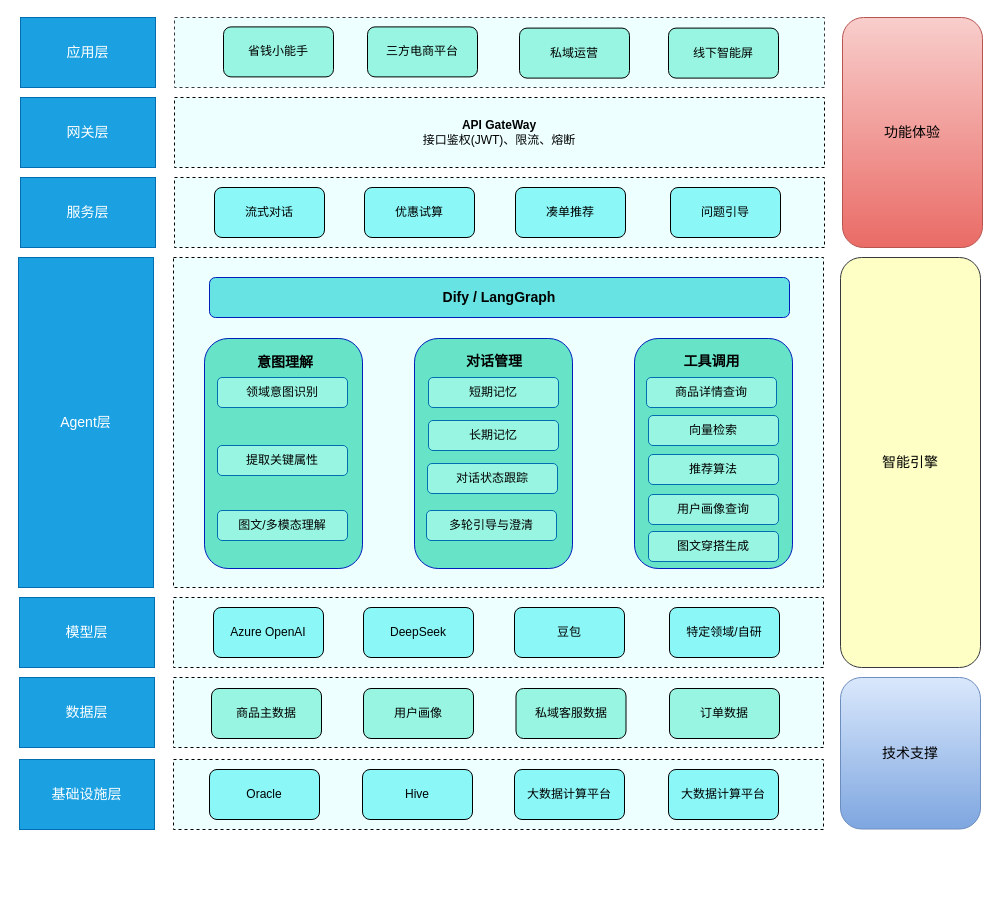
Earlier version of the draw.io diagram engineering/架构设计/省钱小能手-智能导购架构设计图.drawio (Wanke15/wanke15.github.io). Source tidied: cells renumbered, new cells numbered last; positions are measured from the earlier drawing's top-left corner, leaving out a move shared by most shapes. Both pictures are drawn from the tidied source at 100%, with x=0, y=0 at pixel (18, 17).
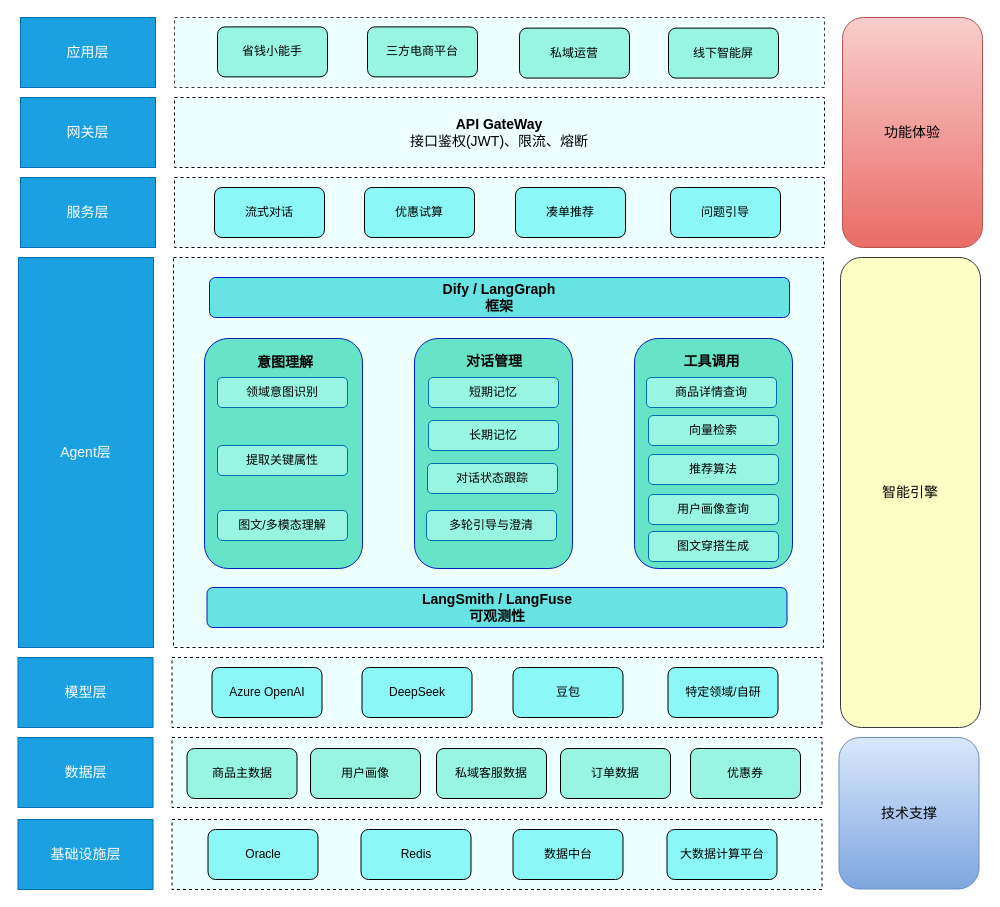
Above is the later version.

Commit message (it also covers changes not shown here):
更新省钱小能手-智能导购架构设计图.drawio

What changed in the source:
```diff
@@
-    <mxCell id="3" value="&lt;b&gt;API GateWay&lt;/b&gt;&lt;div&gt;接口鉴权(JWT)、限流、熔断&lt;/div&gt;" style="rounded=0;whiteSpace=wrap;html=1;fillColor=#EDFFFF;strokeColor=#000000;dashed=1;" parent="1" vertex="1">
+    <mxCell id="3" value="&lt;b&gt;&lt;font style=&quot;font-size: 14px;&quot;&gt;API GateWay&lt;/font&gt;&lt;/b&gt;&lt;div&gt;&lt;font style=&quot;font-size: 14px;&quot;&gt;接口鉴权(JWT)、限流、熔断&lt;/font&gt;&lt;/div&gt;" style="rounded=0;whiteSpace=wrap;html=1;fillColor=#EDFFFF;strokeColor=#000000;dashed=1;" parent="1" vertex="1">
       <mxGeometry x="156" y="80" width="650" height="70" as="geometry" />
     </mxCell>
     <mxCell id="4" value="&lt;span style=&quot;font-size: 14px;&quot;&gt;Agent层&lt;/span&gt;" style="rounded=0;whiteSpace=wrap;html=1;fillColor=#1ba1e2;strokeColor=#006EAF;fontColor=#ffffff;" parent="1" vertex="1">
-      <mxGeometry y="240" width="135" height="330" as="geometry" />
+      <mxGeometry y="240" width="135" height="390" as="geometry" />
     </mxCell>
     <mxCell id="5" style="rounded=0;whiteSpace=wrap;html=1;fillColor=#EDFFFF;strokeColor=#000000;dashed=1;" parent="1" vertex="1">
-      <mxGeometry x="155" y="240" width="650" height="330" as="geometry" />
+      <mxGeometry x="155" y="240" width="650" height="390" as="geometry" />
     </mxCell>
     <mxCell id="6" value="&lt;font style=&quot;font-size: 14px;&quot;&gt;数据层&lt;/font&gt;" style="rounded=0;whiteSpace=wrap;html=1;fillColor=#1ba1e2;strokeColor=#006EAF;fontColor=#ffffff;" parent="1" vertex="1">
-      <mxGeometry x="1" y="660" width="135" height="70" as="geometry" />
+      <mxGeometry x="-0.5" y="720" width="135" height="70" as="geometry" />
     </mxCell>
     <mxCell id="7" style="rounded=0;whiteSpace=wrap;html=1;fillColor=#EDFFFF;strokeColor=#000000;dashed=1;" parent="1" vertex="1">
-      <mxGeometry x="155" y="660" width="650" height="70" as="geometry" />
+      <mxGeometry x="153.5" y="720" width="650" height="70" as="geometry" />
     </mxCell>
     <mxCell id="8" value="商品主数据" style="rounded=1;whiteSpace=wrap;html=1;fillColor=#98F5E1;" parent="1" vertex="1">
-      <mxGeometry x="193" y="671" width="110" height="50" as="geometry" />
+      <mxGeometry x="168.5" y="731" width="110" height="50" as="geometry" />
     </mxCell>
     <mxCell id="9" value="用户画像" style="rounded=1;whiteSpace=wrap;html=1;fillColor=#98F5E1;" parent="1" vertex="1">
-      <mxGeometry x="345" y="671" width="110" height="50" as="geometry" />
+      <mxGeometry x="292" y="731" width="110" height="50" as="geometry" />
     </mxCell>
     <mxCell id="10" value="私域客服数据" style="rounded=1;whiteSpace=wrap;html=1;fillColor=#98F5E1;" parent="1" vertex="1">
-      <mxGeometry x="497.5" y="671" width="110" height="50" as="geometry" />
+      <mxGeometry x="418" y="731" width="110" height="50" as="geometry" />
     </mxCell>
     <mxCell id="11" value="&lt;font style=&quot;font-size: 14px;&quot;&gt;基础设施层&lt;/font&gt;" style="rounded=0;whiteSpace=wrap;html=1;fillColor=#1ba1e2;strokeColor=#006EAF;fontColor=#ffffff;" parent="1" vertex="1">
-      <mxGeometry x="1" y="742" width="135" height="70" as="geometry" />
+      <mxGeometry x="-0.5" y="802" width="135" height="70" as="geometry" />
     </mxCell>
     <mxCell id="12" style="rounded=0;whiteSpace=wrap;html=1;fillColor=#EDFFFF;strokeColor=#000000;dashed=1;" parent="1" vertex="1">
-      <mxGeometry x="155" y="742" width="650" height="70" as="geometry" />
+      <mxGeometry x="153.5" y="802" width="650" height="70" as="geometry" />
     </mxCell>
-    <mxCell id="13" value="Hive" style="rounded=1;whiteSpace=wrap;html=1;fillColor=#8BF7F7;" parent="1" vertex="1">
-      <mxGeometry x="344" y="752" width="110" height="50" as="geometry" />
+    <mxCell id="13" value="Redis" style="rounded=1;whiteSpace=wrap;html=1;fillColor=#8BF7F7;" parent="1" vertex="1">
+      <mxGeometry x="342.5" y="812" width="110" height="50" as="geometry" />
     </mxCell>
@@
     <mxCell id="16" value="省钱小能手" style="rounded=1;whiteSpace=wrap;html=1;fillColor=#98F5E1;" parent="1" vertex="1">
-      <mxGeometry x="205" y="9.4" width="110" height="50" as="geometry" />
+      <mxGeometry x="199" y="9.4" width="110" height="50" as="geometry" />
     </mxCell>
@@
     <mxCell id="20" value="&lt;font style=&quot;font-size: 14px;&quot;&gt;技术支撑&lt;/font&gt;" style="rounded=1;whiteSpace=wrap;html=1;gradientColor=#7ea6e0;fillColor=#dae8fc;strokeColor=#6c8ebf;" parent="1" vertex="1">
-      <mxGeometry x="822" y="660" width="140" height="151.5" as="geometry" />
+      <mxGeometry x="820.5" y="720" width="140" height="151.5" as="geometry" />
     </mxCell>
     <mxCell id="21" value="&lt;font style=&quot;font-size: 14px;&quot;&gt;智能引擎&lt;/font&gt;" style="rounded=1;whiteSpace=wrap;html=1;strokeColor=#36393d;gradientDirection=south;fillColor=#FDFFC4;" parent="1" vertex="1">
-      <mxGeometry x="822" y="240" width="140" height="410" as="geometry" />
+      <mxGeometry x="822" y="240" width="140" height="470" as="geometry" />
     </mxCell>
@@
     <mxCell id="23" value="订单数据" style="rounded=1;whiteSpace=wrap;html=1;fillColor=#98F5E1;" parent="1" vertex="1">
-      <mxGeometry x="651" y="671" width="110" height="50" as="geometry" />
+      <mxGeometry x="542" y="731" width="110" height="50" as="geometry" />
     </mxCell>
@@
     <mxCell id="42" value="&lt;font style=&quot;font-size: 14px;&quot;&gt;模型层&lt;/font&gt;" style="rounded=0;whiteSpace=wrap;html=1;fillColor=#1ba1e2;strokeColor=#006EAF;fontColor=#ffffff;" parent="1" vertex="1">
-      <mxGeometry x="1" y="580" width="135" height="70" as="geometry" />
+      <mxGeometry x="-0.5" y="640" width="135" height="70" as="geometry" />
     </mxCell>
     <mxCell id="43" style="rounded=0;whiteSpace=wrap;html=1;fillColor=#EDFFFF;strokeColor=#000000;dashed=1;" parent="1" vertex="1">
-      <mxGeometry x="155" y="580" width="650" height="70" as="geometry" />
+      <mxGeometry x="153.5" y="640" width="650" height="70" as="geometry" />
     </mxCell>
     <mxCell id="44" value="Azure OpenAI" style="rounded=1;whiteSpace=wrap;html=1;fillColor=#8BF7F7;" parent="1" vertex="1">
-      <mxGeometry x="195" y="590" width="110" height="50" as="geometry" />
+      <mxGeometry x="193.5" y="650" width="110" height="50" as="geometry" />
     </mxCell>
     <mxCell id="45" value="特定领域/自研" style="rounded=1;whiteSpace=wrap;html=1;fillColor=#8BF7F7;" parent="1" vertex="1">
-      <mxGeometry x="651" y="590" width="110" height="50" as="geometry" />
+      <mxGeometry x="649.5" y="650" width="110" height="50" as="geometry" />
     </mxCell>
     <mxCell id="46" value="DeepSeek" style="rounded=1;whiteSpace=wrap;html=1;fillColor=#8BF7F7;" parent="1" vertex="1">
-      <mxGeometry x="345" y="590" width="110" height="50" as="geometry" />
+      <mxGeometry x="343.5" y="650" width="110" height="50" as="geometry" />
     </mxCell>
     <mxCell id="47" value="豆包" style="rounded=1;whiteSpace=wrap;html=1;fillColor=#8BF7F7;" parent="1" vertex="1">
-      <mxGeometry x="496" y="590" width="110" height="50" as="geometry" />
+      <mxGeometry x="494.5" y="650" width="110" height="50" as="geometry" />
     </mxCell>
-    <mxCell id="48" value="&lt;div style=&quot;&quot;&gt;&lt;font color=&quot;#000000&quot;&gt;&lt;span style=&quot;font-size: 14px;&quot;&gt;&lt;b&gt;Dify / LangGraph&lt;/b&gt;&lt;/span&gt;&lt;/font&gt;&lt;/div&gt;" style="rounded=1;whiteSpace=wrap;html=1;align=center;fillColor=#67E3E3;fontColor=#ffffff;strokeColor=#001DBC;" parent="1" vertex="1">
+    <mxCell id="48" value="&lt;div style=&quot;&quot;&gt;&lt;font color=&quot;#000000&quot;&gt;&lt;span style=&quot;font-size: 14px;&quot;&gt;&lt;b&gt;Dify / LangGraph&lt;br&gt;框架&lt;/b&gt;&lt;/span&gt;&lt;/font&gt;&lt;/div&gt;" style="rounded=1;whiteSpace=wrap;html=1;align=center;fillColor=#67E3E3;fontColor=#ffffff;strokeColor=#001DBC;" parent="1" vertex="1">
       <mxGeometry x="191" y="260" width="580" height="40" as="geometry" />
     </mxCell>
-    <mxCell id="49" value="大数据计算平台" style="rounded=1;whiteSpace=wrap;html=1;fillColor=#8BF7F7;" parent="1" vertex="1">
-      <mxGeometry x="496" y="752" width="110" height="50" as="geometry" />
+    <mxCell id="49" value="数据中台" style="rounded=1;whiteSpace=wrap;html=1;fillColor=#8BF7F7;" parent="1" vertex="1">
+      <mxGeometry x="494.5" y="812" width="110" height="50" as="geometry" />
     </mxCell>
     <mxCell id="50" value="大数据计算平台" style="rounded=1;whiteSpace=wrap;html=1;fillColor=#8BF7F7;" parent="1" vertex="1">
-      <mxGeometry x="650" y="752" width="110" height="50" as="geometry" />
+      <mxGeometry x="648.5" y="812" width="110" height="50" as="geometry" />
     </mxCell>
     <mxCell id="51" value="Oracle" style="rounded=1;whiteSpace=wrap;html=1;fillColor=#8BF7F7;" parent="1" vertex="1">
-      <mxGeometry x="191" y="752" width="110" height="50" as="geometry" />
+      <mxGeometry x="189.5" y="812" width="110" height="50" as="geometry" />
     </mxCell>
@@
+    <mxCell id="58" value="&lt;div style=&quot;&quot;&gt;&lt;font color=&quot;#000000&quot;&gt;&lt;span style=&quot;font-size: 14px;&quot;&gt;&lt;b&gt;LangSmith / LangFuse&lt;/b&gt;&lt;/span&gt;&lt;/font&gt;&lt;/div&gt;&lt;div style=&quot;&quot;&gt;&lt;font color=&quot;#000000&quot;&gt;&lt;span style=&quot;font-size: 14px;&quot;&gt;&lt;b&gt;可观测性&lt;/b&gt;&lt;/span&gt;&lt;/font&gt;&lt;/div&gt;" style="rounded=1;whiteSpace=wrap;html=1;align=center;fillColor=#67E3E3;fontColor=#ffffff;strokeColor=#001DBC;" parent="1" vertex="1">
+      <mxGeometry x="188.5" y="570" width="580" height="40" as="geometry" />
+    </mxCell>
+    <mxCell id="59" value="优惠券" style="rounded=1;whiteSpace=wrap;html=1;fillColor=#98F5E1;" parent="1" vertex="1">
+      <mxGeometry x="672" y="731" width="110" height="50" as="geometry" />
+    </mxCell>
```
